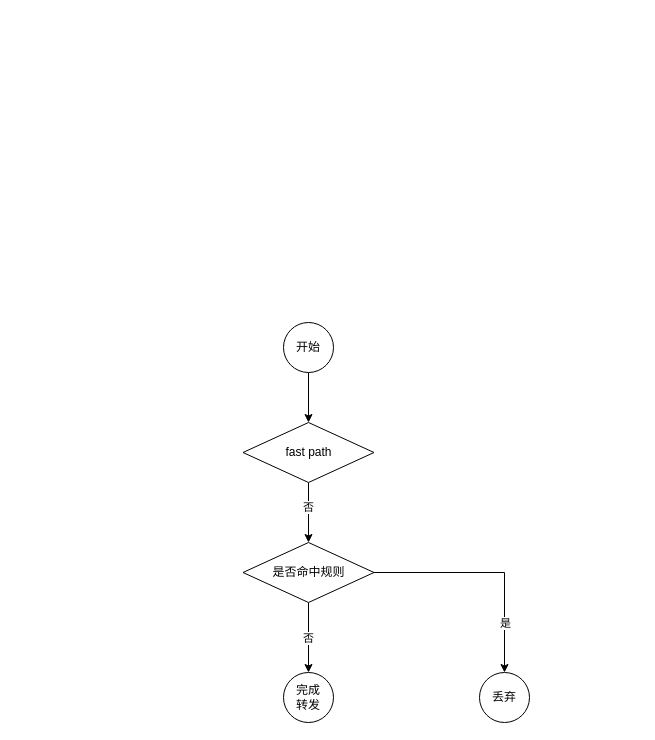
poetlife/diagrams keeps this draw.io diagram as 过滤子模块结构.drawio. Above is the earlier version. Source tidied: cells renumbered, new cells numbered last; positions are measured from the earlier drawing's top-left corner, leaving out a move shared by most shapes. Both pictures are drawn from the tidied source at 100%, with x=0, y=0 at pixel (243, 322).
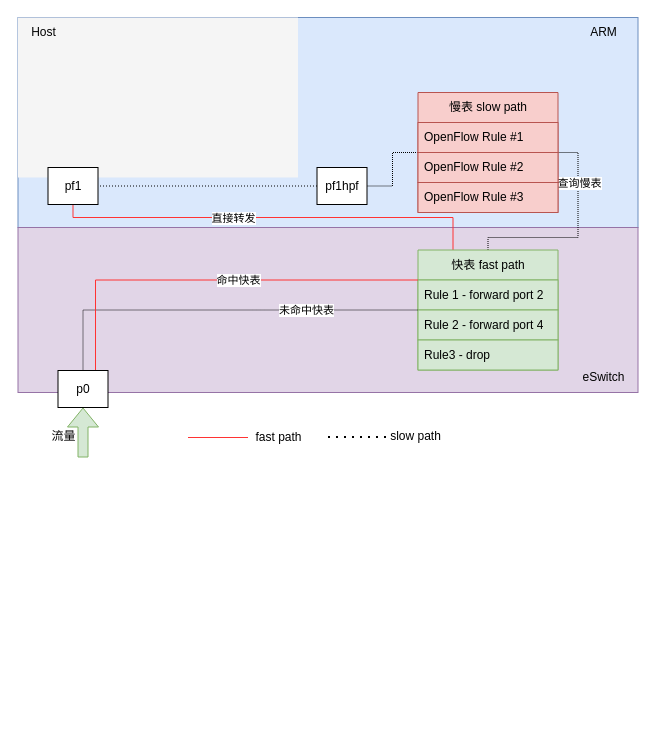
Above is the later version.

Commit message (it also covers changes not shown here):
更新过滤子模块结构.drawio

What changed in the source:
```diff
@@
-    <mxCell id="2" style="edgeStyle=orthogonalEdgeStyle;rounded=0;jettySize=auto;html=1;exitX=0.5;exitY=1;exitDx=0;exitDy=0;entryX=0.5;entryY=0;entryDx=0;entryDy=0;" parent="1" edge="1" source="3" target="6">
-      <mxGeometry relative="1" as="geometry" />
-    </mxCell>
-    <mxCell id="3" value="开始" style="ellipse;whiteSpace=wrap;html=1;" parent="1" vertex="1">
-      <mxGeometry x="40" width="50" height="50" as="geometry" />
-    </mxCell>
-    <mxCell id="4" style="edgeStyle=orthogonalEdgeStyle;rounded=0;jettySize=auto;html=1;exitX=0.5;exitY=1;exitDx=0;exitDy=0;" parent="1" edge="1" source="6" target="12">
-      <mxGeometry relative="1" as="geometry" />
-    </mxCell>
-    <mxCell id="5" value="否" style="edgeLabel;html=1;align=center;verticalAlign=middle;" parent="4" vertex="1">
-      <mxGeometry x="-0.2" y="4" relative="1" as="geometry">
-        <mxPoint x="-5" as="offset" />
-      </mxGeometry>
-    </mxCell>
+    <mxCell id="14" style="rounded=0;whiteSpace=wrap;html=1;fillColor=#dae8fc;strokeColor=#6c8ebf;" parent="1" vertex="1">
+      <mxGeometry x="-225.5" y="-305" width="620" height="210" as="geometry" />
+    </mxCell>
+    <mxCell id="15" style="rounded=0;whiteSpace=wrap;html=1;fillColor=#e1d5e7;strokeColor=#9673a6;" parent="1" vertex="1">
+      <mxGeometry x="-225.5" y="-95" width="620" height="165" as="geometry" />
+    </mxCell>
+    <mxCell id="16" style="edgeStyle=orthogonalEdgeStyle;rounded=0;jettySize=auto;html=1;exitX=0.5;exitY=0;exitDx=0;exitDy=0;entryX=1;entryY=0.5;entryDx=0;entryDy=0;dashed=1;dashPattern=1 1;endArrow=none;endFill=0;" parent="1" edge="1" source="20" target="25">
+      <mxGeometry relative="1" as="geometry">
+        <Array as="points">
+          <mxPoint x="244.5" y="-85" />
+          <mxPoint x="334.5" y="-85" />
+          <mxPoint x="334.5" y="-170" />
+        </Array>
+      </mxGeometry>
+    </mxCell>
+    <mxCell id="17" value="查询慢表" style="edgeLabel;html=1;align=center;verticalAlign=middle;" parent="16" vertex="1">
+      <mxGeometry x="0.51" y="-1" relative="1" as="geometry" />
+    </mxCell>
+    <mxCell id="18" style="edgeStyle=orthogonalEdgeStyle;rounded=0;jettySize=auto;html=1;exitX=0.25;exitY=0;exitDx=0;exitDy=0;entryX=0.5;entryY=1;entryDx=0;entryDy=0;strokeColor=#FF3333;endArrow=none;endFill=0;" parent="1" edge="1" source="20" target="38">
+      <mxGeometry relative="1" as="geometry">
+        <Array as="points">
+          <mxPoint x="209.5" y="-105" />
+          <mxPoint x="-170.5" y="-105" />
+        </Array>
+      </mxGeometry>
+    </mxCell>
+    <mxCell id="19" value="直接转发" style="edgeLabel;html=1;align=center;verticalAlign=middle;" parent="18" vertex="1">
+      <mxGeometry x="0.19" relative="1" as="geometry" />
+    </mxCell>
+    <mxCell id="20" value="快表 fast path" style="swimlane;fontStyle=0;horizontal=1;startSize=30;whiteSpace=wrap;html=1;fillColor=#d5e8d4;strokeColor=#82b366;" parent="1" vertex="1">
+      <mxGeometry x="174.5" y="-72.5" width="140" height="120" as="geometry" />
+    </mxCell>
+    <mxCell id="21" value="Rule 1 - forward port 2" style="text;align=left;verticalAlign=middle;spacingLeft=4;spacingRight=4;overflow=hidden;whiteSpace=wrap;html=1;fillColor=#d5e8d4;strokeColor=#82b366;" parent="20" vertex="1">
+      <mxGeometry y="30" width="140" height="30" as="geometry" />
+    </mxCell>
+    <mxCell id="22" value="Rule 2 - forward port 4" style="text;strokeColor=#82b366;fillColor=#d5e8d4;align=left;verticalAlign=middle;spacingLeft=4;spacingRight=4;overflow=hidden;whiteSpace=wrap;html=1;" parent="20" vertex="1">
+      <mxGeometry y="60" width="140" height="30" as="geometry" />
+    </mxCell>
+    <mxCell id="23" value="Rule3 - drop&amp;nbsp;" style="text;strokeColor=#82b366;fillColor=#d5e8d4;align=left;verticalAlign=middle;spacingLeft=4;spacingRight=4;overflow=hidden;whiteSpace=wrap;html=1;" parent="20" vertex="1">
+      <mxGeometry y="90" width="140" height="30" as="geometry" />
+    </mxCell>
+    <mxCell id="24" style="edgeStyle=orthogonalEdgeStyle;rounded=0;jettySize=auto;html=1;exitX=0;exitY=0.5;exitDx=0;exitDy=0;entryX=1;entryY=0.5;entryDx=0;entryDy=0;dashed=1;dashPattern=1 1;endArrow=none;endFill=0;" parent="1" edge="1" source="25" target="40">
+      <mxGeometry relative="1" as="geometry" />
+    </mxCell>
+    <mxCell id="25" value="慢表 slow path" style="swimlane;fontStyle=0;horizontal=1;startSize=30;whiteSpace=wrap;html=1;fillColor=#f8cecc;strokeColor=#b85450;" parent="1" vertex="1">
+      <mxGeometry x="174.5" y="-230" width="140" height="120" as="geometry" />
+    </mxCell>
+    <mxCell id="26" value="OpenFlow Rule #1" style="text;strokeColor=#b85450;fillColor=#f8cecc;align=left;verticalAlign=middle;spacingLeft=4;spacingRight=4;overflow=hidden;whiteSpace=wrap;html=1;" parent="25" vertex="1">
+      <mxGeometry y="30" width="140" height="30" as="geometry" />
+    </mxCell>
+    <mxCell id="27" value="OpenFlow Rule #2" style="text;strokeColor=#b85450;fillColor=#f8cecc;align=left;verticalAlign=middle;spacingLeft=4;spacingRight=4;overflow=hidden;whiteSpace=wrap;html=1;" parent="25" vertex="1">
+      <mxGeometry y="60" width="140" height="30" as="geometry" />
+    </mxCell>
+    <mxCell id="28" value="OpenFlow Rule #3" style="text;strokeColor=#b85450;fillColor=#f8cecc;align=left;verticalAlign=middle;spacingLeft=4;spacingRight=4;overflow=hidden;whiteSpace=wrap;html=1;" parent="25" vertex="1">
+      <mxGeometry y="90" width="140" height="30" as="geometry" />
+    </mxCell>
+    <mxCell id="29" value="eSwitch" style="text;html=1;align=center;verticalAlign=middle;strokeColor=none;fillColor=none;" parent="1" vertex="1">
+      <mxGeometry x="324.5" y="40" width="70" height="30" as="geometry" />
+    </mxCell>
+    <mxCell id="30" style="rounded=0;whiteSpace=wrap;html=1;fillColor=#f5f5f5;fontColor=#333333;strokeColor=none;" parent="1" vertex="1">
+      <mxGeometry x="-225.5" y="-305" width="280" height="160" as="geometry" />
+    </mxCell>
+    <mxCell id="31" value="ARM" style="text;html=1;align=center;verticalAlign=middle;strokeColor=none;fillColor=none;" parent="1" vertex="1">
+      <mxGeometry x="334.5" y="-305" width="50" height="30" as="geometry" />
+    </mxCell>
+    <mxCell id="32" value="Host" style="text;html=1;align=center;verticalAlign=middle;strokeColor=none;fillColor=none;" parent="1" vertex="1">
+      <mxGeometry x="-225.5" y="-305" width="50" height="30" as="geometry" />
+    </mxCell>
+    <mxCell id="33" style="edgeStyle=orthogonalEdgeStyle;rounded=0;jettySize=auto;html=1;exitX=0.5;exitY=0;exitDx=0;exitDy=0;entryX=0;entryY=0.5;entryDx=0;entryDy=0;endArrow=none;endFill=0;dashed=1;dashPattern=1 1;" parent="1" edge="1" source="37" target="20">
+      <mxGeometry relative="1" as="geometry" />
+    </mxCell>
+    <mxCell id="34" value="未命中快表" style="edgeLabel;html=1;align=center;verticalAlign=middle;" parent="33" vertex="1">
+      <mxGeometry x="0.43" y="1" relative="1" as="geometry">
+        <mxPoint y="1" as="offset" />
+      </mxGeometry>
+    </mxCell>
+    <mxCell id="35" style="edgeStyle=orthogonalEdgeStyle;rounded=0;jettySize=auto;html=1;exitX=0.75;exitY=0;exitDx=0;exitDy=0;entryX=0;entryY=0.25;entryDx=0;entryDy=0;strokeColor=#FF3333;endArrow=none;endFill=0;" parent="1" edge="1" source="37" target="20">
+      <mxGeometry relative="1" as="geometry" />
+    </mxCell>
+    <mxCell id="36" value="命中快表" style="edgeLabel;html=1;align=center;verticalAlign=middle;" parent="35" vertex="1">
+      <mxGeometry x="0.13" y="1" relative="1" as="geometry">
+        <mxPoint y="1" as="offset" />
+      </mxGeometry>
+    </mxCell>
+    <mxCell id="37" value="p0" style="rounded=0;whiteSpace=wrap;html=1;" parent="1" vertex="1">
+      <mxGeometry x="-185.5" y="48" width="50" height="37" as="geometry" />
+    </mxCell>
+    <mxCell id="38" value="pf1" style="rounded=0;whiteSpace=wrap;html=1;" parent="1" vertex="1">
+      <mxGeometry x="-195.5" y="-155" width="50" height="37" as="geometry" />
+    </mxCell>
+    <mxCell id="39" style="edgeStyle=orthogonalEdgeStyle;rounded=0;jettySize=auto;html=1;exitX=0;exitY=0.5;exitDx=0;exitDy=0;endArrow=none;endFill=0;dashed=1;dashPattern=1 2;" parent="1" edge="1" source="40" target="38">
+      <mxGeometry relative="1" as="geometry" />
+    </mxCell>
+    <mxCell id="40" value="pf1hpf" style="rounded=0;whiteSpace=wrap;html=1;" parent="1" vertex="1">
+      <mxGeometry x="73.5" y="-155" width="50" height="37" as="geometry" />
+    </mxCell>
+    <mxCell id="41" style="endArrow=none;html=1;rounded=0;strokeColor=#FF3333;" parent="1" edge="1">
+      <mxGeometry relative="1" as="geometry">
+        <mxPoint x="-55.5" y="115" as="sourcePoint" />
+        <mxPoint x="4.5" y="115" as="targetPoint" />
+      </mxGeometry>
+    </mxCell>
-    <mxCell id="6" value="fast path" style="rhombus;whiteSpace=wrap;html=1;" parent="1" vertex="1">
-      <mxGeometry x="-0.5" y="100" width="131" height="60" as="geometry" />
+    <mxCell id="6" value="fast path" style="text;html=1;align=center;verticalAlign=middle;points=[];strokeColor=none;fillColor=none;" parent="1" vertex="1">
+      <mxGeometry x="-0.5" y="100" width="70" height="30" as="geometry" />
     </mxCell>
-    <mxCell id="7" value="丢弃" style="ellipse;whiteSpace=wrap;html=1;" parent="1" vertex="1">
-      <mxGeometry x="236" y="350" width="50" height="50" as="geometry" />
-    </mxCell>
-    <mxCell id="8" style="edgeStyle=orthogonalEdgeStyle;rounded=0;jettySize=auto;html=1;exitX=0.5;exitY=1;exitDx=0;exitDy=0;entryX=0.5;entryY=0;entryDx=0;entryDy=0;" parent="1" edge="1" source="12" target="13">
-      <mxGeometry relative="1" as="geometry" />
-    </mxCell>
-    <mxCell id="9" value="否" style="edgeLabel;html=1;align=center;verticalAlign=middle;" parent="8" vertex="1">
-      <mxGeometry y="-2" relative="1" as="geometry">
-        <mxPoint x="1" as="offset" />
-      </mxGeometry>
-    </mxCell>
-    <mxCell id="10" style="edgeStyle=orthogonalEdgeStyle;rounded=0;jettySize=auto;html=1;exitX=1;exitY=0.5;exitDx=0;exitDy=0;entryX=0.5;entryY=0;entryDx=0;entryDy=0;" parent="1" edge="1" source="12" target="7">
-      <mxGeometry relative="1" as="geometry" />
-    </mxCell>
-    <mxCell id="11" value="是" style="edgeLabel;html=1;align=center;verticalAlign=middle;" parent="10" vertex="1">
-      <mxGeometry x="0.57" relative="1" as="geometry" />
-    </mxCell>
-    <mxCell id="12" value="是否命中规则" style="rhombus;whiteSpace=wrap;html=1;" parent="1" vertex="1">
-      <mxGeometry x="-0.5" y="220" width="131" height="60" as="geometry" />
-    </mxCell>
-    <mxCell id="13" value="完成&lt;br&gt;转发" style="ellipse;whiteSpace=wrap;html=1;" parent="1" vertex="1">
-      <mxGeometry x="40" y="350" width="50" height="50" as="geometry" />
-    </mxCell>
+    <mxCell id="42" style="endArrow=none;dashed=1;html=1;dashPattern=1 3;strokeWidth=2;rounded=0;" parent="1" edge="1">
+      <mxGeometry relative="1" as="geometry">
+        <mxPoint x="84.5" y="114.5" as="sourcePoint" />
+        <mxPoint x="144.5" y="114.5" as="targetPoint" />
+      </mxGeometry>
+    </mxCell>
+    <mxCell id="43" value="slow path" style="text;html=1;align=center;verticalAlign=middle;strokeColor=none;fillColor=none;" parent="1" vertex="1">
+      <mxGeometry x="136.5" y="99" width="70" height="30" as="geometry" />
+    </mxCell>
+    <mxCell id="44" style="shape=flexArrow;endArrow=classic;html=1;rounded=0;entryX=0.5;entryY=1;entryDx=0;entryDy=0;fillColor=#d5e8d4;strokeColor=#82b366;" parent="1" edge="1" target="37">
+      <mxGeometry relative="1" as="geometry">
+        <mxPoint x="-160.5" y="135" as="sourcePoint" />
+      </mxGeometry>
+    </mxCell>
+    <mxCell id="45" value="流量" style="text;html=1;align=center;verticalAlign=middle;strokeColor=none;fillColor=none;" parent="1" vertex="1">
+      <mxGeometry x="-205.5" y="99" width="50" height="30" as="geometry" />
+    </mxCell>
```
